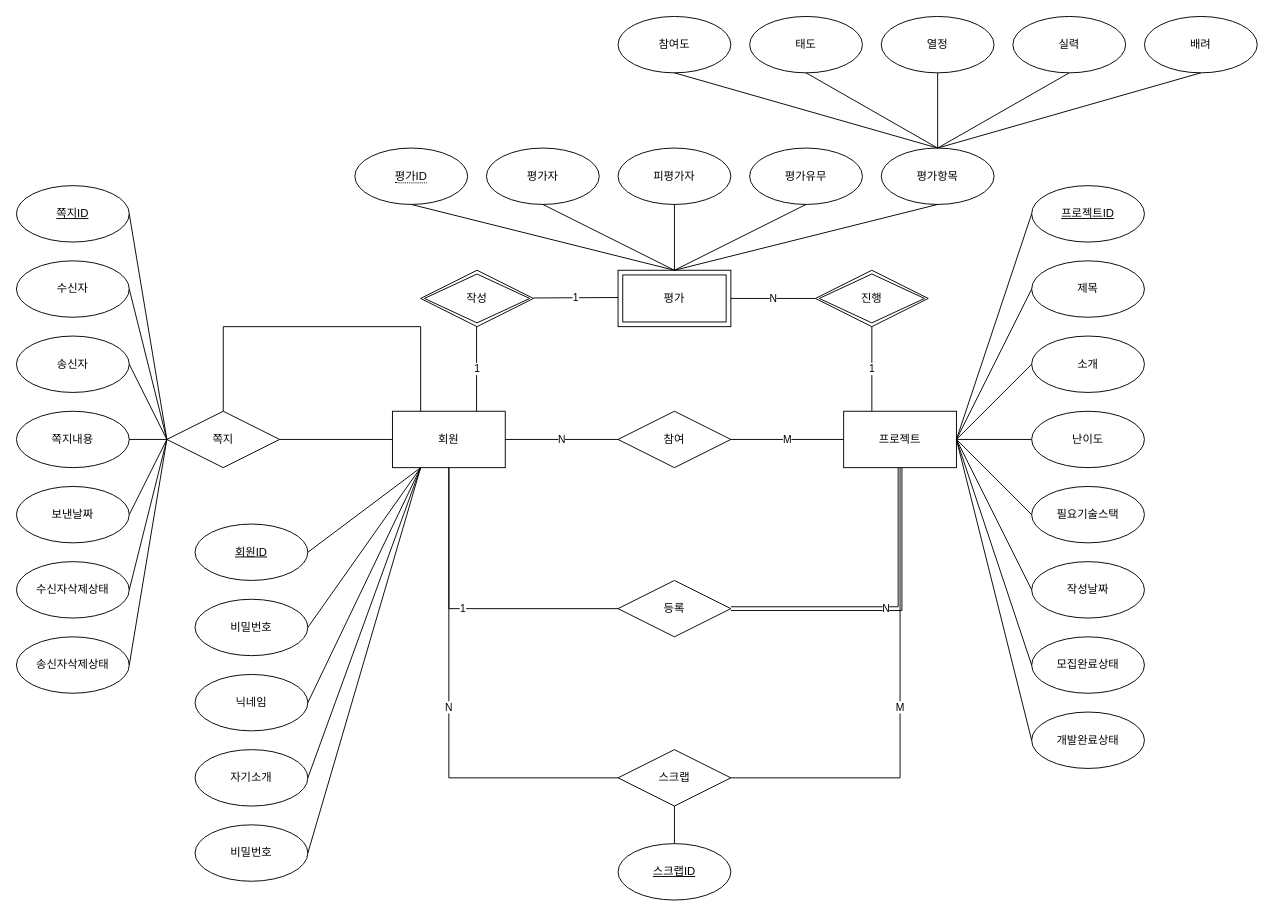
This is ERD0408.drawio from Ieejuyeon/..yy, a draw.io file, before an edit. Source tidied: cells renumbered, new cells numbered last; positions are measured from the earlier drawing's top-left corner, leaving out a move shared by most shapes. Both pictures are drawn from the tidied source at 94%, with x=0, y=0 at pixel (16, 16).
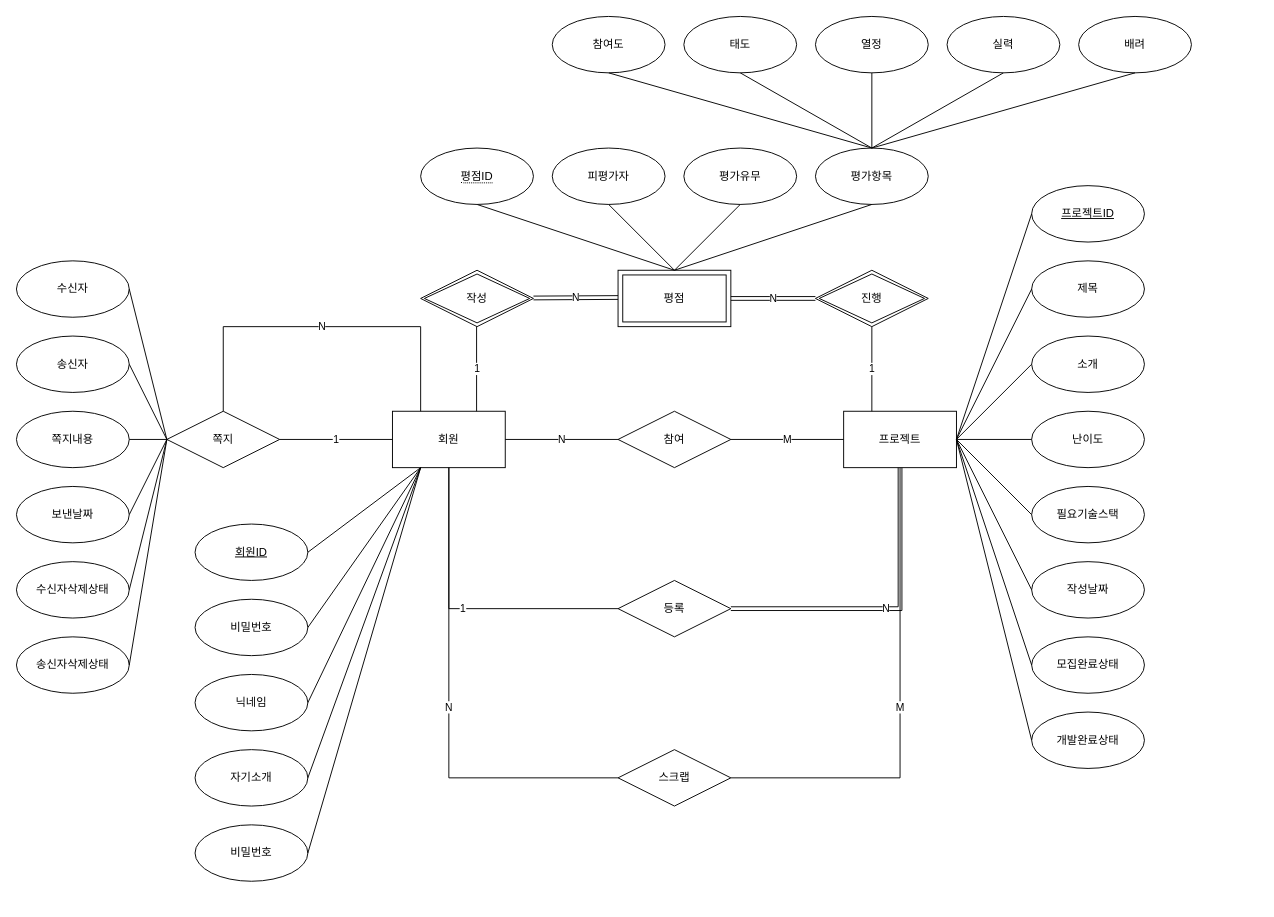
After the change.

The change refers to these unchanged cells:
```xml
<mxCell id="2" value="회원" style="rounded=0;whiteSpace=wrap;html=1;" parent="1" vertex="1">
  <mxGeometry x="400" y="420" width="120" height="60" as="geometry" />
</mxCell>
<mxCell id="5" value="스크랩" style="rhombus;whiteSpace=wrap;html=1;" parent="1" vertex="1">
  <mxGeometry x="640" y="780" width="120" height="60" as="geometry" />
</mxCell>
<mxCell id="7" value="쪽지" style="rhombus;whiteSpace=wrap;html=1;" parent="1" vertex="1">
  <mxGeometry x="160" y="420" width="120" height="60" as="geometry" />
</mxCell>
<mxCell id="78" value="진행" style="shape=rhombus;double=1;perimeter=rhombusPerimeter;whiteSpace=wrap;html=1;align=center;" parent="1" vertex="1">
  <mxGeometry x="850" y="270" width="120" height="60" as="geometry" />
</mxCell>
```

Change to the diagram source:
```diff
@@
-    <mxCell id="4" value="평가" style="shape=ext;margin=3;double=1;whiteSpace=wrap;html=1;align=center;" parent="1" vertex="1">
+    <mxCell id="4" value="평점" style="shape=ext;margin=3;double=1;whiteSpace=wrap;html=1;align=center;" parent="1" vertex="1">
       <mxGeometry x="640" y="270" width="120" height="60" as="geometry" />
     </mxCell>
@@
-    <mxCell id="9" style="endArrow=none;html=1;rounded=0;exitX=0.5;exitY=0;exitDx=0;exitDy=0;entryX=0.25;entryY=0;entryDx=0;entryDy=0;" parent="1" edge="1" source="7" target="2">
+    <mxCell id="9" value="N" style="endArrow=none;html=1;rounded=0;exitX=0.5;exitY=0;exitDx=0;exitDy=0;entryX=0.25;entryY=0;entryDx=0;entryDy=0;" parent="1" edge="1" source="7" target="2">
       <mxGeometry relative="1" as="geometry">
         <Array as="points">
           <mxPoint x="220" y="330" />
           <mxPoint x="430" y="330" />
         </Array>
       </mxGeometry>
     </mxCell>
-    <mxCell id="10" style="endArrow=none;html=1;rounded=0;exitX=1;exitY=0.5;exitDx=0;exitDy=0;entryX=0;entryY=0.5;entryDx=0;entryDy=0;" parent="1" edge="1" source="7" target="2">
+    <mxCell id="10" value="1" style="endArrow=none;html=1;rounded=0;exitX=1;exitY=0.5;exitDx=0;exitDy=0;entryX=0;entryY=0.5;entryDx=0;entryDy=0;" parent="1" edge="1" source="7" target="2">
       <mxGeometry relative="1" as="geometry" />
     </mxCell>
@@
-    <mxCell id="23" value="&lt;u&gt;쪽지ID&lt;/u&gt;" style="ellipse;whiteSpace=wrap;html=1;" parent="1" vertex="1">
-      <mxGeometry y="180" width="120" height="60" as="geometry" />
-    </mxCell>
@@
-    <mxCell id="26" value="&lt;u&gt;스크랩ID&lt;/u&gt;" style="ellipse;whiteSpace=wrap;html=1;" parent="1" vertex="1">
-      <mxGeometry x="640" y="880" width="120" height="60" as="geometry" />
-    </mxCell>
@@
-    <mxCell id="42" style="endArrow=none;html=1;rounded=0;exitX=1;exitY=0.5;exitDx=0;exitDy=0;entryX=0;entryY=0.5;entryDx=0;entryDy=0;" parent="1" edge="1" source="23">
-      <mxGeometry relative="1" as="geometry">
-        <mxPoint x="160" y="450" as="targetPoint" />
-      </mxGeometry>
-    </mxCell>
@@
-    <mxCell id="48" style="endArrow=none;html=1;rounded=0;entryX=0.5;entryY=1;entryDx=0;entryDy=0;exitX=0.5;exitY=0;exitDx=0;exitDy=0;" parent="1" edge="1" source="26" target="5">
-      <mxGeometry relative="1" as="geometry" />
-    </mxCell>
@@
     <mxCell id="57" value="평가항목" style="ellipse;whiteSpace=wrap;html=1;" parent="1" vertex="1">
-      <mxGeometry x="920" y="140" width="120" height="60" as="geometry" />
+      <mxGeometry x="850" y="140" width="120" height="60" as="geometry" />
     </mxCell>
     <mxCell id="58" value="열정" style="ellipse;whiteSpace=wrap;html=1;" parent="1" vertex="1">
-      <mxGeometry x="920" width="120" height="60" as="geometry" />
+      <mxGeometry x="850" width="120" height="60" as="geometry" />
     </mxCell>
     <mxCell id="59" value="배려" style="ellipse;whiteSpace=wrap;html=1;" parent="1" vertex="1">
-      <mxGeometry x="1200" width="120" height="60" as="geometry" />
+      <mxGeometry x="1130" width="120" height="60" as="geometry" />
     </mxCell>
     <mxCell id="60" value="실력" style="ellipse;whiteSpace=wrap;html=1;" parent="1" vertex="1">
-      <mxGeometry x="1060" width="120" height="60" as="geometry" />
+      <mxGeometry x="990" width="120" height="60" as="geometry" />
     </mxCell>
     <mxCell id="61" value="참여도" style="ellipse;whiteSpace=wrap;html=1;" parent="1" vertex="1">
-      <mxGeometry x="640" width="120" height="60" as="geometry" />
+      <mxGeometry x="570" width="120" height="60" as="geometry" />
     </mxCell>
     <mxCell id="62" value="태도" style="ellipse;whiteSpace=wrap;html=1;" parent="1" vertex="1">
-      <mxGeometry x="780" width="120" height="60" as="geometry" />
+      <mxGeometry x="710" width="120" height="60" as="geometry" />
     </mxCell>
@@
     <mxCell id="68" value="피평가자" style="ellipse;whiteSpace=wrap;html=1;" parent="1" vertex="1">
-      <mxGeometry x="640" y="140" width="120" height="60" as="geometry" />
+      <mxGeometry x="570" y="140" width="120" height="60" as="geometry" />
     </mxCell>
@@
     <mxCell id="71" value="평가유무" style="ellipse;whiteSpace=wrap;html=1;" parent="1" vertex="1">
-      <mxGeometry x="780" y="140" width="120" height="60" as="geometry" />
+      <mxGeometry x="710" y="140" width="120" height="60" as="geometry" />
     </mxCell>
-    <mxCell id="72" value="평가자" style="ellipse;whiteSpace=wrap;html=1;" parent="1" vertex="1">
-      <mxGeometry x="500" y="140" width="120" height="60" as="geometry" />
-    </mxCell>
@@
-    <mxCell id="74" style="endArrow=none;html=1;rounded=0;exitX=0.5;exitY=1;exitDx=0;exitDy=0;entryX=0.5;entryY=0;entryDx=0;entryDy=0;" parent="1" edge="1" source="72" target="4">
-      <mxGeometry relative="1" as="geometry" />
-    </mxCell>
-    <mxCell id="75" value="&lt;span style=&quot;border-bottom: 1px dotted&quot;&gt;평가ID&lt;/span&gt;" style="ellipse;whiteSpace=wrap;html=1;align=center;" parent="1" vertex="1">
-      <mxGeometry x="360" y="140" width="120" height="60" as="geometry" />
+    <mxCell id="75" value="&lt;span style=&quot;border-bottom: 1px dotted&quot;&gt;평점ID&lt;/span&gt;" style="ellipse;whiteSpace=wrap;html=1;align=center;" parent="1" vertex="1">
+      <mxGeometry x="430" y="140" width="120" height="60" as="geometry" />
     </mxCell>
@@
-    <mxCell id="80" value="N" style="endArrow=none;html=1;rounded=0;exitX=1;exitY=0.5;exitDx=0;exitDy=0;entryX=0;entryY=0.5;entryDx=0;entryDy=0;" parent="1" edge="1" source="4" target="78">
+    <mxCell id="80" value="N" style="endArrow=none;html=1;rounded=0;exitX=1;exitY=0.5;exitDx=0;exitDy=0;entryX=0;entryY=0.5;entryDx=0;entryDy=0;shape=link;" parent="1" edge="1" source="4" target="78">
       <mxGeometry relative="1" as="geometry" />
     </mxCell>
@@
-    <mxCell id="83" value="1" style="endArrow=none;html=1;rounded=0;exitX=1;exitY=0.5;exitDx=0;exitDy=0;" parent="1" edge="1">
+    <mxCell id="83" value="N" style="endArrow=none;html=1;rounded=0;exitX=1;exitY=0.5;exitDx=0;exitDy=0;shape=link;" parent="1" edge="1">
       <mxGeometry relative="1" as="geometry">
         <mxPoint x="550" y="299.5" as="sourcePoint" />
         <mxPoint x="640" y="299" as="targetPoint" />
       </mxGeometry>
     </mxCell>
```
